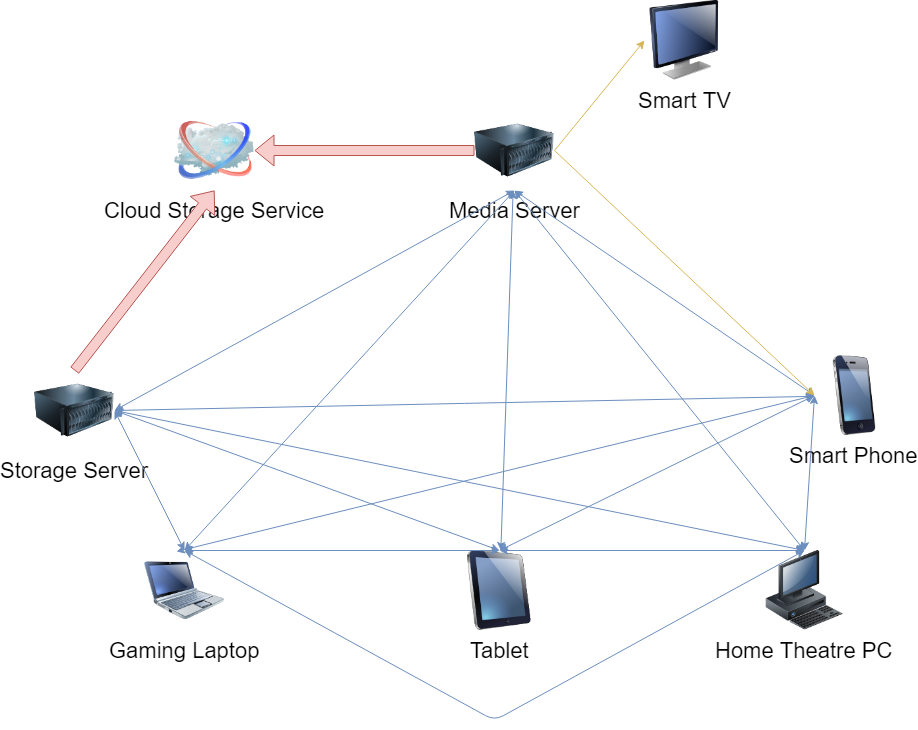
The draw.io diagram Logical Layout.png in syedrali/architecture, before a commit. Source tidied: cells renumbered, new cells last; positions are measured from the earlier drawing's top-left corner, leaving out a move shared by most shapes.
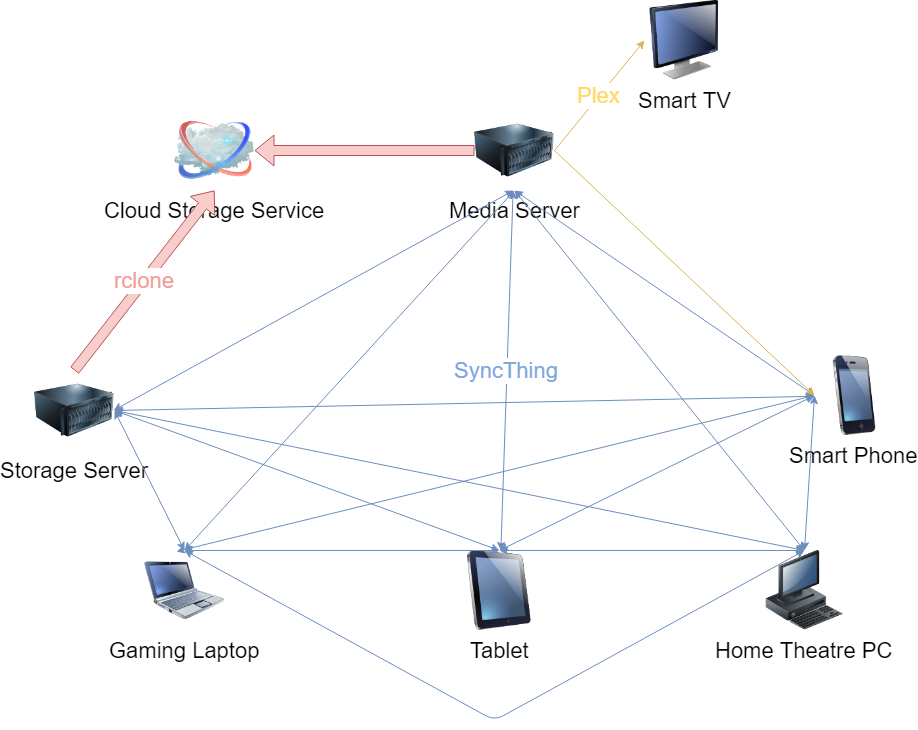
The same file after the commit.

Commit message:
Diagram connection arrows now have labels.

Diff of the diagram source:
```diff
@@ -32,17 +32,20 @@
     <mxCell id="10" value="Smart TV" style="image;html=1;labelBackgroundColor=#ffffff;image=img/lib/clip_art/computers/Monitor_128x128.png;fontSize=22;" parent="1" vertex="1">
       <mxGeometry x="610" width="80" height="80" as="geometry" />
     </mxCell>
-    <mxCell id="11" style="shape=flexArrow;endArrow=classic;html=1;exitX=0.5;exitY=0;exitDx=0;exitDy=0;entryX=0.5;entryY=1;entryDx=0;entryDy=0;fillColor=#f8cecc;strokeColor=#b85450;" parent="1" edge="1" source="7" target="9">
+    <mxCell id="11" value="rclone" style="shape=flexArrow;endArrow=classic;html=1;exitX=0.5;exitY=0;exitDx=0;exitDy=0;entryX=0.5;entryY=1;entryDx=0;entryDy=0;fillColor=#f8cecc;strokeColor=#b85450;fontColor=#F19C99;fontSize=22;" parent="1" edge="1" source="7" target="9">
       <mxGeometry relative="1" as="geometry" />
     </mxCell>
-    <mxCell id="12" style="shape=flexArrow;endArrow=classic;html=1;entryX=1;entryY=0.5;entryDx=0;entryDy=0;fillColor=#f8cecc;strokeColor=#b85450;" parent="1" edge="1" source="8" target="9">
+    <mxCell id="12" style="shape=flexArrow;endArrow=classic;html=1;entryX=1;entryY=0.5;entryDx=0;entryDy=0;fillColor=#f8cecc;strokeColor=#b85450;fontColor=#F19C99;fontSize=22;" parent="1" edge="1" source="8" target="9">
       <mxGeometry relative="1" as="geometry" />
     </mxCell>
-    <mxCell id="13" style="endArrow=classic;html=1;exitX=1;exitY=0.5;exitDx=0;exitDy=0;entryX=0;entryY=0.5;entryDx=0;entryDy=0;fillColor=#fff2cc;strokeColor=#d6b656;" parent="1" edge="1" source="8" target="10">
+    <mxCell id="13" value="&lt;font color=&quot;#ffd966&quot;&gt;Plex&lt;br&gt;&lt;/font&gt;" style="endArrow=classic;html=1;exitX=1;exitY=0.5;exitDx=0;exitDy=0;entryX=0;entryY=0.5;entryDx=0;entryDy=0;fillColor=#fff2cc;strokeColor=#d6b656;fontSize=22;fontColor=#FFE599;" parent="1" edge="1" source="8" target="10">
       <mxGeometry relative="1" as="geometry" />
     </mxCell>
-    <mxCell id="14" style="endArrow=classic;startArrow=classic;html=1;entryX=0.5;entryY=1;entryDx=0;entryDy=0;exitX=1;exitY=0.5;exitDx=0;exitDy=0;fillColor=#dae8fc;strokeColor=#6c8ebf;" parent="1" edge="1" source="7" target="8">
-      <mxGeometry relative="1" as="geometry" />
+    <mxCell id="14" style="endArrow=classic;startArrow=classic;html=1;entryX=0.5;entryY=1;entryDx=0;entryDy=0;exitX=1;exitY=0.5;exitDx=0;exitDy=0;fillColor=#dae8fc;strokeColor=#6c8ebf;fontSize=22;" parent="1" edge="1">
+      <mxGeometry relative="1" as="geometry">
+        <mxPoint x="79" y="410" as="sourcePoint" />
+        <mxPoint x="479" y="190" as="targetPoint" />
+      </mxGeometry>
     </mxCell>
     <mxCell id="15" style="endArrow=classic;startArrow=classic;html=1;exitX=1;exitY=0.5;exitDx=0;exitDy=0;entryX=0.5;entryY=0;entryDx=0;entryDy=0;fillColor=#dae8fc;strokeColor=#6c8ebf;" parent="1" edge="1" source="7" target="6">
       <mxGeometry relative="1" as="geometry" />
@@ -50,7 +53,7 @@
     <mxCell id="16" style="endArrow=classic;startArrow=classic;html=1;entryX=0.5;entryY=1;entryDx=0;entryDy=0;exitX=0.5;exitY=0;exitDx=0;exitDy=0;fillColor=#dae8fc;strokeColor=#6c8ebf;" parent="1" edge="1" source="6" target="8">
       <mxGeometry relative="1" as="geometry" />
     </mxCell>
-    <mxCell id="17" style="endArrow=classic;startArrow=classic;html=1;fillColor=#dae8fc;strokeColor=#6c8ebf;" parent="1" edge="1" source="3" target="8">
+    <mxCell id="17" value="SyncThing" style="endArrow=classic;startArrow=classic;html=1;fillColor=#dae8fc;strokeColor=#6c8ebf;fontSize=22;fontColor=#7EA6E0;" parent="1" edge="1" source="3" target="8">
       <mxGeometry relative="1" as="geometry" />
     </mxCell>
     <mxCell id="18" style="endArrow=classic;startArrow=classic;html=1;entryX=0.5;entryY=1;entryDx=0;entryDy=0;exitX=0.5;exitY=0;exitDx=0;exitDy=0;fillColor=#dae8fc;strokeColor=#6c8ebf;" parent="1" edge="1" source="4" target="8">
```
